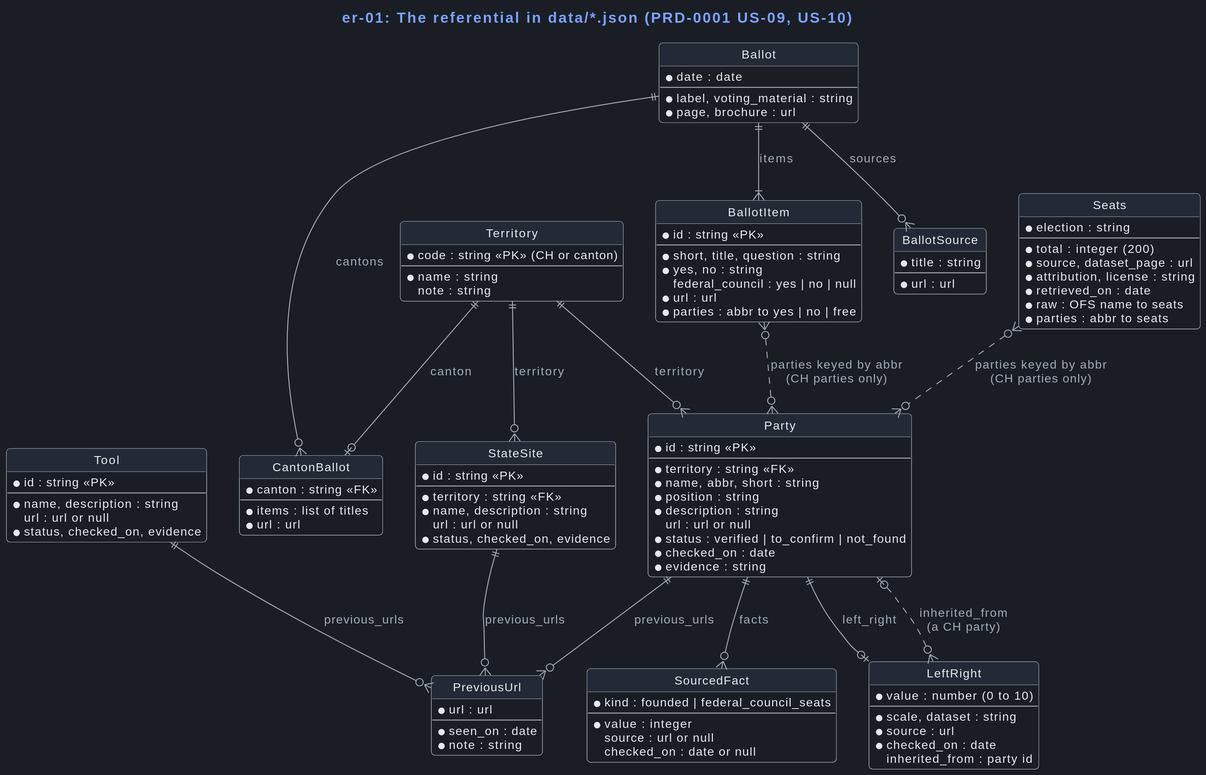
This is docs/plans/active/swiss-politics-launcher/views/dark/er-01-referential.svg from VictorHueni/civic-compass, a PlantUML export, as it was before one commit.
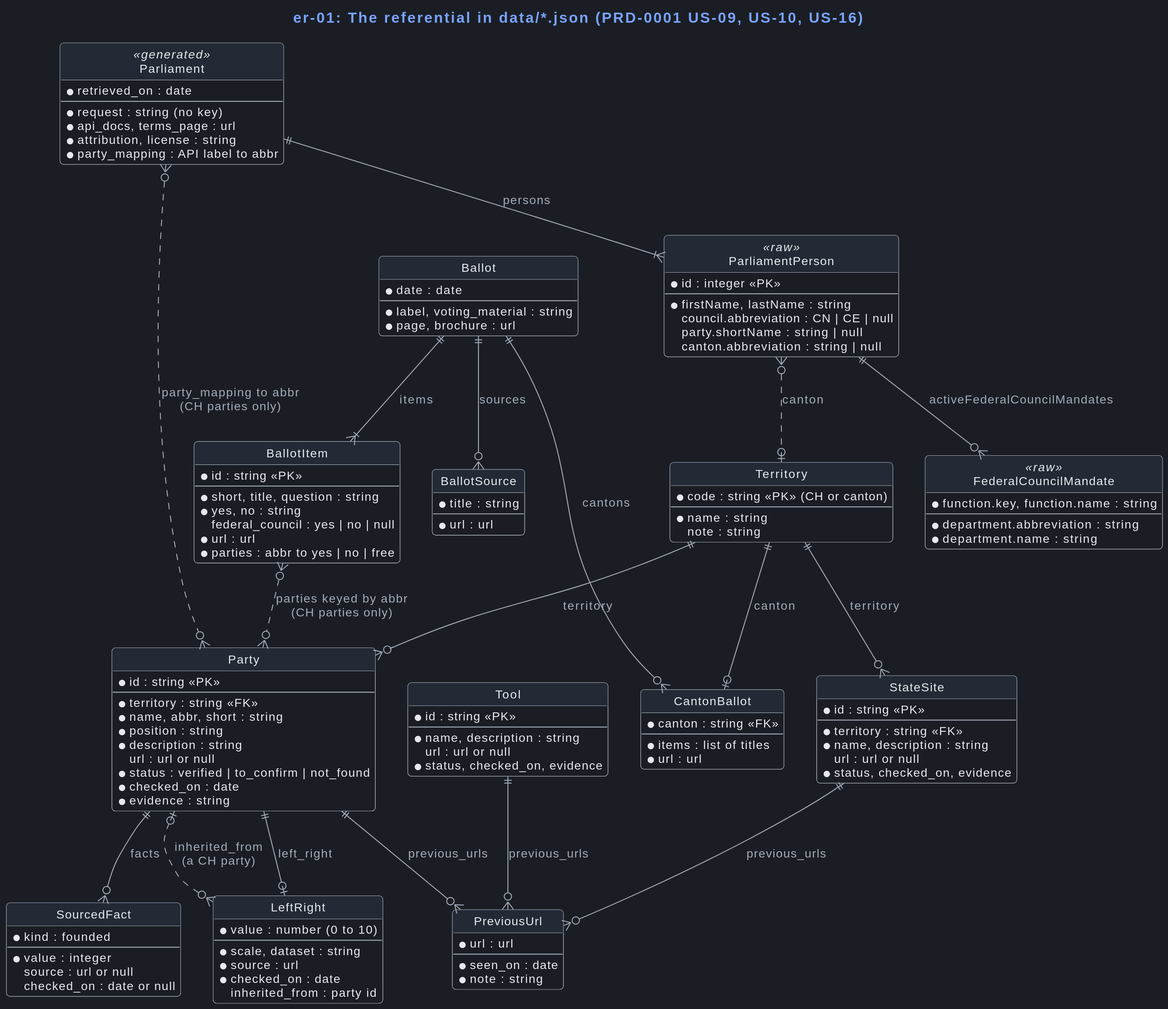
After the change.

The edit, as a diff of the source:
```diff
@@ -1,6 +1,6 @@
 @startuml
 !include _theme.puml
-title er-01: The referential in data/*.json (PRD-0001 US-09, US-10)
+title er-01: The referential in data/*.json (PRD-0001 US-09, US-10, US-16)
 
 entity Territory {
   * code : string <<PK>> (CH or canton)
@@ -32,7 +32,7 @@
 }
 
 entity SourcedFact {
-  * kind : founded | federal_council_seats
+  * kind : founded
   --
   * value : integer
   source : url or null
@@ -87,15 +87,29 @@
   * url : url
 }
 
-entity Seats {
-  * election : string
+entity Parliament <<generated>> {
+  * retrieved_on : date
   --
-  * total : integer (200)
-  * source, dataset_page : url
+  * request : string (no key)
+  * api_docs, terms_page : url
   * attribution, license : string
-  * retrieved_on : date
-  * raw : OFS name to seats
-  * parties : abbr to seats
+  * party_mapping : API label to abbr
+}
+
+entity ParliamentPerson <<raw>> {
+  * id : integer <<PK>>
+  --
+  * firstName, lastName : string
+  council.abbreviation : CN | CE | null
+  party.shortName : string | null
+  canton.abbreviation : string | null
+}
+
+entity FederalCouncilMandate <<raw>> {
+  * function.key, function.name : string
+  --
+  * department.abbreviation : string
+  * department.name : string
 }
 
 entity BallotSource {
@@ -117,5 +131,8 @@
 Territory ||--o| CantonBallot : canton
 Ballot ||--o{ BallotSource : sources
 BallotItem }o..o{ Party : parties keyed by abbr\n(CH parties only)
-Seats }o..o{ Party : parties keyed by abbr\n(CH parties only)
+Parliament ||--|{ ParliamentPerson : persons
+ParliamentPerson ||--o{ FederalCouncilMandate : activeFederalCouncilMandates
+Parliament }o..o{ Party : party_mapping to abbr\n(CH parties only)
+ParliamentPerson }o..o| Territory : canton
 @enduml
```
